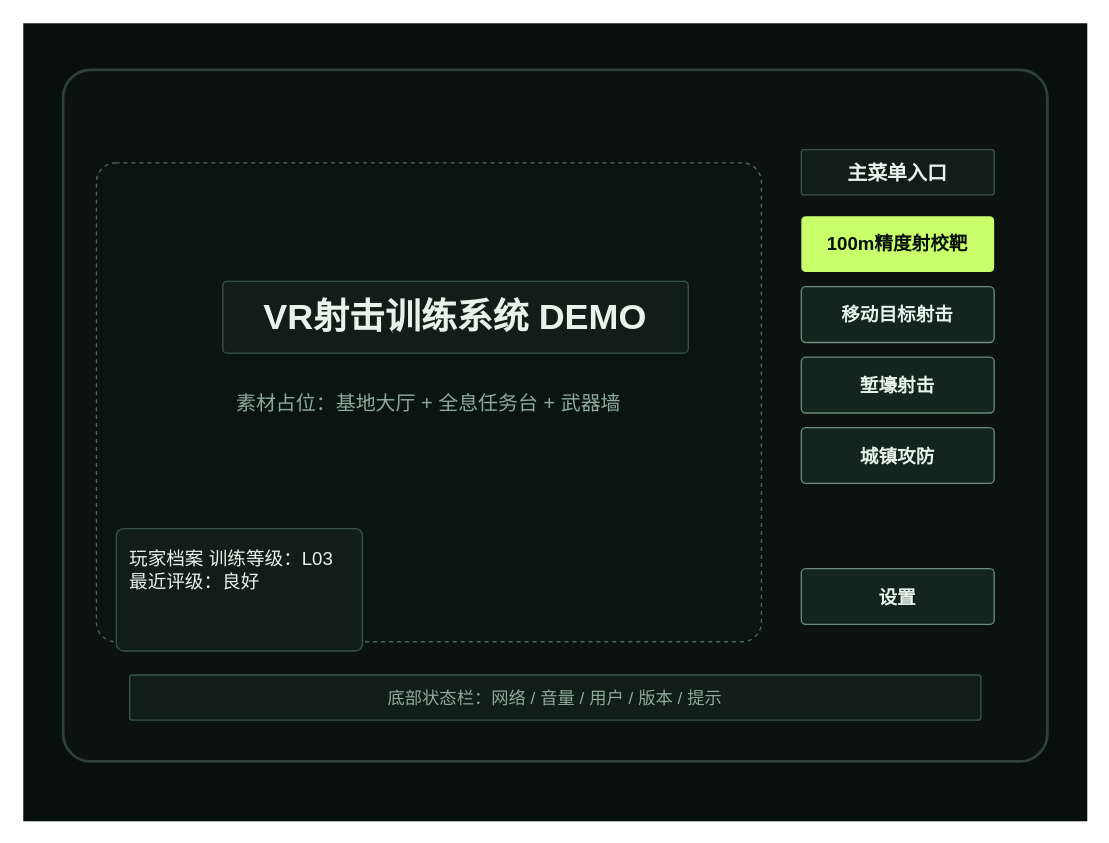
Earlier version of the draw.io diagram page "02 游戏主界面" (2 of 24) of UI/Sample/vr-shooting-ui-reference-wireframes.drawio (96shui/SimulatedShooting). Source tidied: cells renumbered, new cells numbered last; positions are measured from the earlier drawing's top-left corner, leaving out a move shared by most shapes. Both pictures are drawn from the tidied source at 133%, with x=0, y=0 at pixel (23, 23).
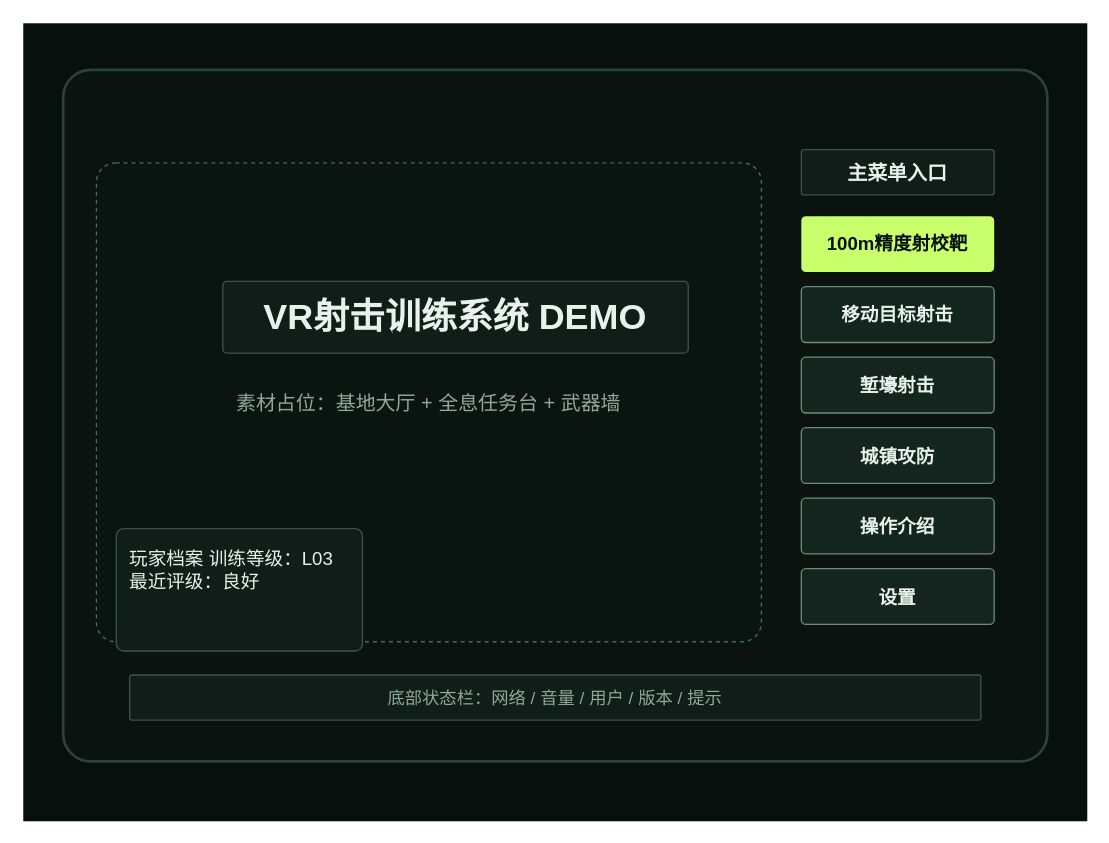
After the change.

Change to the diagram source:
```diff
@@
 <mxGraphModel>
   <root>
     <mxCell id="0" />
     <mxCell id="1" parent="0" />
     <mxCell id="2" style="rounded=0;fillColor=#07100d;strokeColor=none;" parent="1" vertex="1">
       <mxGeometry width="800" height="600" as="geometry" />
     </mxCell>
     <mxCell id="3" style="rounded=1;arcSize=4;fillColor=#0b1310;strokeColor=#2d4238;strokeWidth=2;" parent="1" vertex="1">
       <mxGeometry x="30" y="35" width="740" height="520" as="geometry" />
     </mxCell>
     <mxCell id="4" value="素材占位：基地大厅 + 全息任务台 + 武器墙" style="rounded=1;dashed=1;arcSize=4;fillColor=#0a1512;strokeColor=#496b5a;fontColor=#8fa99b;fontSize=15;align=center;verticalAlign=middle;whiteSpace=wrap;html=1;" parent="1" vertex="1">
       <mxGeometry x="55" y="105" width="500" height="360" as="geometry" />
     </mxCell>
     <mxCell id="5" value="VR射击训练系统 DEMO" style="rounded=1;arcSize=6;whiteSpace=wrap;html=1;fillColor=#111d18;strokeColor=#385447;align=center;verticalAlign=middle;fontColor=#e7f2eb;fontSize=27;fontStyle=1;spacing=8;" parent="1" vertex="1">
       <mxGeometry x="150" y="194" width="350" height="54" as="geometry" />
     </mxCell>
     <mxCell id="6" value="玩家档案 训练等级：L03 最近评级：良好" style="rounded=1;arcSize=6;fillColor=#111d18;strokeColor=#385447;fontColor=#e7f2eb;fontSize=14;align=left;verticalAlign=top;spacing=10;whiteSpace=wrap;html=1;" parent="1" vertex="1">
       <mxGeometry x="70" y="380" width="185" height="92" as="geometry" />
     </mxCell>
     <mxCell id="7" value="主菜单入口" style="rounded=1;arcSize=6;fillColor=#111d18;strokeColor=#385447;fontColor=#e7f2eb;fontSize=15;fontStyle=1;align=center;whiteSpace=wrap;html=1;" parent="1" vertex="1">
       <mxGeometry x="585" y="95" width="145" height="34" as="geometry" />
     </mxCell>
     <mxCell id="8" value="100m精度射校靶" style="rounded=1;arcSize=8;fillColor=#c8ff6a;strokeColor=none;fontColor=#07100d;fontSize=14;fontStyle=1;whiteSpace=wrap;html=1;" parent="1" vertex="1">
       <mxGeometry x="585" y="145" width="145" height="42" as="geometry" />
     </mxCell>
     <mxCell id="9" value="移动目标射击" style="rounded=1;arcSize=8;fillColor=#14251f;strokeColor=#6b8a77;fontColor=#e7f2eb;fontSize=14;fontStyle=1;whiteSpace=wrap;html=1;" parent="1" vertex="1">
       <mxGeometry x="585" y="198" width="145" height="42" as="geometry" />
     </mxCell>
     <mxCell id="10" value="堑壕射击" style="rounded=1;arcSize=8;fillColor=#14251f;strokeColor=#6b8a77;fontColor=#e7f2eb;fontSize=14;fontStyle=1;" parent="1" vertex="1">
       <mxGeometry x="585" y="251" width="145" height="42" as="geometry" />
     </mxCell>
     <mxCell id="11" value="城镇攻防" style="rounded=1;arcSize=8;fillColor=#14251f;strokeColor=#6b8a77;fontColor=#e7f2eb;fontSize=14;fontStyle=1;" parent="1" vertex="1">
       <mxGeometry x="585" y="304" width="145" height="42" as="geometry" />
     </mxCell>
+    <mxCell id="14" value="操作介绍" style="rounded=1;arcSize=8;fillColor=#14251f;strokeColor=#6b8a77;fontColor=#e7f2eb;fontSize=14;fontStyle=1;" parent="1" vertex="1">
+      <mxGeometry x="585" y="357" width="145" height="42" as="geometry" />
+    </mxCell>
     <mxCell id="12" value="设置" style="rounded=1;arcSize=8;fillColor=#14251f;strokeColor=#6b8a77;fontColor=#e7f2eb;fontSize=14;fontStyle=1;" parent="1" vertex="1">
       <mxGeometry x="585" y="410" width="145" height="42" as="geometry" />
     </mxCell>
     <mxCell id="13" value="底部状态栏：网络 / 音量 / 用户 / 版本 / 提示" style="rounded=1;arcSize=6;fillColor=#111d18;strokeColor=#385447;fontColor=#8fa99b;fontSize=13;align=center;whiteSpace=wrap;html=1;" parent="1" vertex="1">
       <mxGeometry x="80" y="490" width="640" height="34" as="geometry" />
     </mxCell>
   </root>
 </mxGraphModel>
```
